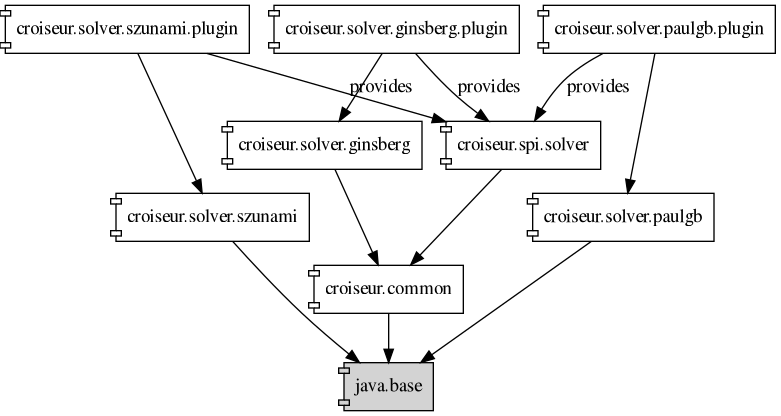
Earlier version of the PlantUML export doc/reference/puml/components/image/output/solver-spi-implementations.png (super7ramp/croiseur). Its source is kept beside it as doc/reference/puml/components/solver-spi-implementations.puml. The source it was exported from:
```plantuml
@startdot
digraph "solvers" {
  // All nodes are components
  node [shape=component];

  // External dependencies need to be distinguished from the rest
  "java.base" [style=filled fillcolor=lightgray];

  "croiseur.solver.szunami"    -> "java.base";
  "croiseur.solver.szunami.plugin" -> "croiseur.solver.szunami";
  "croiseur.solver.szunami.plugin" -> "croiseur.spi.solver" [label=provides];
  "croiseur.spi.solver"        -> "croiseur.common";
  "croiseur.common"            -> "java.base";
  "croiseur.solver.ginsberg.plugin" -> "croiseur.solver.ginsberg";
  "croiseur.solver.ginsberg.plugin" -> "croiseur.spi.solver" [label=provides];
  "croiseur.solver.paulgb.plugin" -> "croiseur.solver.paulgb";
  "croiseur.solver.paulgb.plugin" -> "croiseur.spi.solver" [label=provides];
  "croiseur.solver.ginsberg"   -> "croiseur.common";
  "croiseur.solver.paulgb"     -> "java.base";

}
@enddot
```
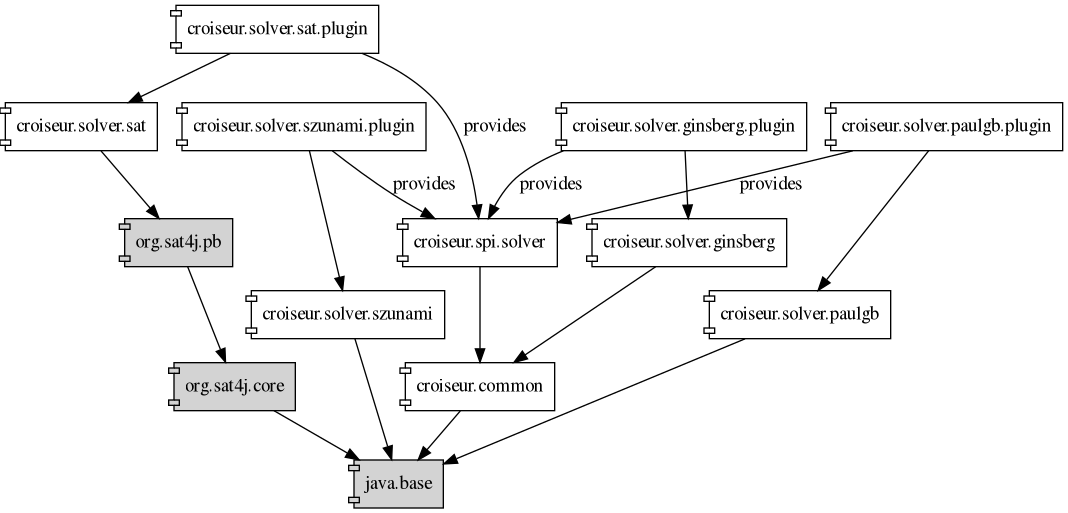
Above is the later version.

Commit message:
doc: Reference new SAT solver

Change to the diagram source:
```diff
@@ -5,7 +5,14 @@
 
   // External dependencies need to be distinguished from the rest
   "java.base" [style=filled fillcolor=lightgray];
+  "org.sat4j.core" [style=filled fillcolor=lightgray]
+  "org.sat4j.pb" [style=filled fillcolor=lightgray]
 
+  "croiseur.solver.sat" -> "org.sat4j.pb"
+  "org.sat4j.pb" -> "org.sat4j.core"
+  "org.sat4j.core" -> "java.base"
+  "croiseur.solver.sat.plugin" -> "croiseur.solver.sat"
+  "croiseur.solver.sat.plugin" -> "croiseur.spi.solver" [label=provides]
   "croiseur.solver.szunami"    -> "java.base";
   "croiseur.solver.szunami.plugin" -> "croiseur.solver.szunami";
   "croiseur.solver.szunami.plugin" -> "croiseur.spi.solver" [label=provides];
```
